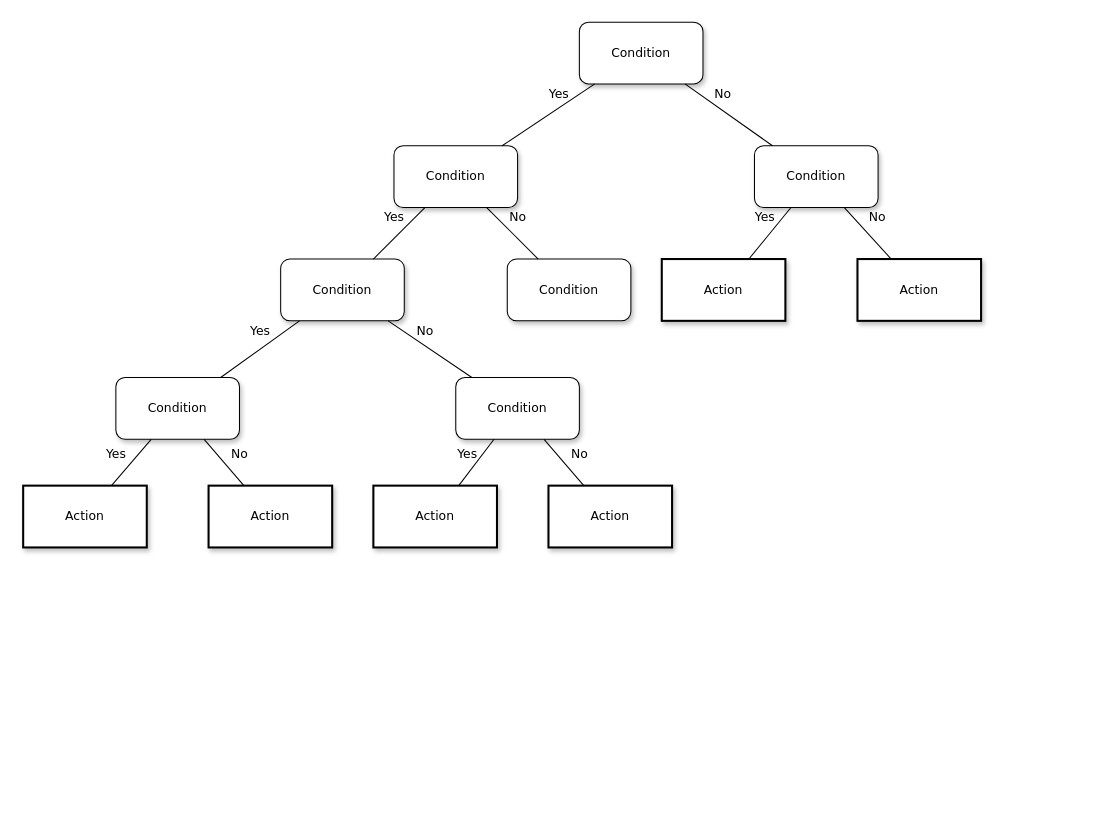
Earlier version of the draw.io diagram algorithm/backtracing.drawio (KevinBrother/draw). Source tidied: cells renumbered, new cells numbered last; positions are measured from the earlier drawing's top-left corner, leaving out a move shared by most shapes. Both pictures are drawn from the tidied source at 103%, with x=0, y=0 at pixel (23, 22).
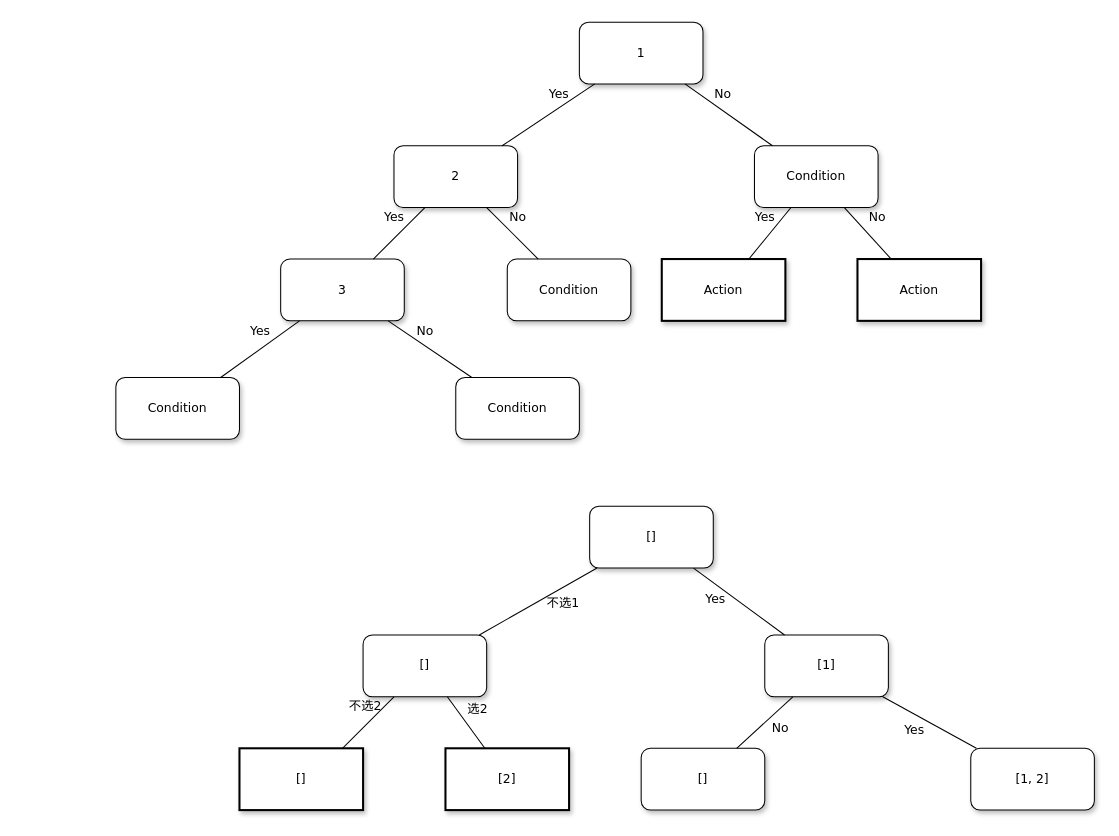
After the change.

Unchanged cells that the change refers to:
```xml
<mxCell id="11" value="&lt;span&gt;Condition&lt;/span&gt;" style="whiteSpace=wrap;html=1;rounded=1;shadow=1;labelBackgroundColor=none;strokeWidth=1;fontFamily=Verdana;fontSize=12;align=center;" parent="1" vertex="1">
  <mxGeometry x="90" y="345" width="120" height="60" as="geometry" />
</mxCell>
<mxCell id="12" value="&lt;span&gt;Condition&lt;/span&gt;" style="whiteSpace=wrap;html=1;rounded=1;shadow=1;labelBackgroundColor=none;strokeWidth=1;fontFamily=Verdana;fontSize=12;align=center;" parent="1" vertex="1">
  <mxGeometry x="420" y="345" width="120" height="60" as="geometry" />
</mxCell>
```

What changed in the source:
```diff
@@
-    <mxCell id="2" value="Condition" style="whiteSpace=wrap;html=1;rounded=1;shadow=1;labelBackgroundColor=none;strokeWidth=1;fontFamily=Verdana;fontSize=12;align=center;" parent="1" vertex="1">
+    <mxCell id="2" value="1" style="whiteSpace=wrap;html=1;rounded=1;shadow=1;labelBackgroundColor=none;strokeWidth=1;fontFamily=Verdana;fontSize=12;align=center;" parent="1" vertex="1">
       <mxGeometry x="540" width="120" height="60" as="geometry" />
     </mxCell>
-    <mxCell id="3" value="&lt;span&gt;Condition&lt;/span&gt;" style="whiteSpace=wrap;html=1;rounded=1;shadow=1;labelBackgroundColor=none;strokeWidth=1;fontFamily=Verdana;fontSize=12;align=center;" parent="1" vertex="1">
+    <mxCell id="3" value="&lt;span&gt;2&lt;/span&gt;" style="whiteSpace=wrap;html=1;rounded=1;shadow=1;labelBackgroundColor=none;strokeWidth=1;fontFamily=Verdana;fontSize=12;align=center;" parent="1" vertex="1">
       <mxGeometry x="360" y="120" width="120" height="60" as="geometry" />
     </mxCell>
@@
-    <mxCell id="7" value="&lt;span&gt;Condition&lt;/span&gt;" style="whiteSpace=wrap;html=1;rounded=1;shadow=1;labelBackgroundColor=none;strokeWidth=1;fontFamily=Verdana;fontSize=12;align=center;" parent="1" vertex="1">
+    <mxCell id="7" value="&lt;span&gt;3&lt;/span&gt;" style="whiteSpace=wrap;html=1;rounded=1;shadow=1;labelBackgroundColor=none;strokeWidth=1;fontFamily=Verdana;fontSize=12;align=center;" parent="1" vertex="1">
       <mxGeometry x="250" y="230" width="120" height="60" as="geometry" />
     </mxCell>
@@
-    <mxCell id="19" value="Action" style="whiteSpace=wrap;html=1;rounded=0;shadow=1;labelBackgroundColor=none;strokeWidth=2;fontFamily=Verdana;fontSize=12;align=center;" parent="1" vertex="1">
-      <mxGeometry y="450" width="120" height="60" as="geometry" />
-    </mxCell>
-    <mxCell id="20" value="&lt;span&gt;Action&lt;/span&gt;" style="whiteSpace=wrap;html=1;rounded=0;shadow=1;labelBackgroundColor=none;strokeWidth=2;fontFamily=Verdana;fontSize=12;align=center;" parent="1" vertex="1">
-      <mxGeometry x="180" y="450" width="120" height="60" as="geometry" />
-    </mxCell>
-    <mxCell id="21" value="&lt;span&gt;Action&lt;/span&gt;" style="whiteSpace=wrap;html=1;rounded=0;shadow=1;labelBackgroundColor=none;strokeWidth=2;fontFamily=Verdana;fontSize=12;align=center;" parent="1" vertex="1">
-      <mxGeometry x="340" y="450" width="120" height="60" as="geometry" />
-    </mxCell>
-    <mxCell id="22" value="&lt;span&gt;Action&lt;/span&gt;" style="whiteSpace=wrap;html=1;rounded=0;shadow=1;labelBackgroundColor=none;strokeWidth=2;fontFamily=Verdana;fontSize=12;align=center;" parent="1" vertex="1">
-      <mxGeometry x="510" y="450" width="120" height="60" as="geometry" />
-    </mxCell>
-    <mxCell id="23" value="Yes" style="rounded=0;html=1;labelBackgroundColor=none;startArrow=none;startFill=0;startSize=5;endArrow=none;endFill=0;endSize=5;jettySize=auto;strokeWidth=1;fontFamily=Verdana;fontSize=12;" parent="1" edge="1" source="11" target="19">
-      <mxGeometry x="0.14" y="-16" relative="1" as="geometry" />
-    </mxCell>
-    <mxCell id="24" value="No" style="rounded=0;html=1;labelBackgroundColor=none;startArrow=none;startFill=0;startSize=5;endArrow=none;endFill=0;endSize=5;jettySize=auto;strokeWidth=1;fontFamily=Verdana;fontSize=12;" parent="1" edge="1" source="11" target="20">
-      <mxGeometry x="0.14" y="16" relative="1" as="geometry" />
-    </mxCell>
-    <mxCell id="25" value="Yes" style="rounded=0;html=1;labelBackgroundColor=none;startArrow=none;startFill=0;startSize=5;endArrow=none;endFill=0;endSize=5;jettySize=auto;strokeWidth=1;fontFamily=Verdana;fontSize=12;" parent="1" edge="1" source="12" target="21">
-      <mxGeometry y="-12" relative="1" as="geometry" />
-    </mxCell>
-    <mxCell id="26" value="No" style="rounded=0;html=1;labelBackgroundColor=none;startArrow=none;startFill=0;startSize=5;endArrow=none;endFill=0;endSize=5;jettySize=auto;strokeWidth=1;fontFamily=Verdana;fontSize=12;" parent="1" edge="1" source="12" target="22">
-      <mxGeometry x="0.14" y="16" relative="1" as="geometry" />
-    </mxCell>
+    <mxCell id="27" value="[]" style="whiteSpace=wrap;html=1;rounded=1;shadow=1;labelBackgroundColor=none;strokeWidth=1;fontFamily=Verdana;fontSize=12;align=center;" parent="1" vertex="1">
+      <mxGeometry x="550" y="470" width="120" height="60" as="geometry" />
+    </mxCell>
+    <mxCell id="28" value="&lt;span&gt;[1]&lt;/span&gt;" style="whiteSpace=wrap;html=1;rounded=1;shadow=1;labelBackgroundColor=none;strokeWidth=1;fontFamily=Verdana;fontSize=12;align=center;" parent="1" vertex="1">
+      <mxGeometry x="720" y="595" width="120" height="60" as="geometry" />
+    </mxCell>
+    <mxCell id="29" value="[]" style="whiteSpace=wrap;html=1;rounded=1;shadow=1;labelBackgroundColor=none;strokeWidth=1;fontFamily=Verdana;fontSize=12;align=center;" parent="1" vertex="1">
+      <mxGeometry x="330" y="595" width="120" height="60" as="geometry" />
+    </mxCell>
+    <mxCell id="30" value="不选1" style="rounded=0;html=1;labelBackgroundColor=none;startArrow=none;startFill=0;startSize=5;endArrow=none;endFill=0;endSize=5;jettySize=auto;strokeWidth=1;fontFamily=Verdana;fontSize=12;" parent="1" edge="1" source="27" target="29">
+      <mxGeometry x="-0.3" y="13" relative="1" as="geometry" />
+    </mxCell>
+    <mxCell id="31" value="Yes" style="rounded=0;html=1;labelBackgroundColor=none;startArrow=none;startFill=0;startSize=5;endArrow=none;endFill=0;endSize=5;jettySize=auto;strokeWidth=1;fontFamily=Verdana;fontSize=12;" parent="1" edge="1" source="27" target="28">
+      <mxGeometry x="-0.36" y="-11" relative="1" as="geometry" />
+    </mxCell>
+    <mxCell id="32" value="[1, 2]" style="whiteSpace=wrap;html=1;rounded=1;shadow=1;labelBackgroundColor=none;strokeWidth=1;fontFamily=Verdana;fontSize=12;align=center;" parent="1" vertex="1">
+      <mxGeometry x="920" y="705" width="120" height="60" as="geometry" />
+    </mxCell>
+    <mxCell id="33" value="[]" style="whiteSpace=wrap;html=1;rounded=1;shadow=1;labelBackgroundColor=none;strokeWidth=1;fontFamily=Verdana;fontSize=12;align=center;" parent="1" vertex="1">
+      <mxGeometry x="600" y="705" width="120" height="60" as="geometry" />
+    </mxCell>
+    <mxCell id="34" value="[2]" style="whiteSpace=wrap;html=1;rounded=0;shadow=1;labelBackgroundColor=none;strokeWidth=2;fontFamily=Verdana;fontSize=12;align=center;" parent="1" vertex="1">
+      <mxGeometry x="410" y="705" width="120" height="60" as="geometry" />
+    </mxCell>
+    <mxCell id="35" value="[]" style="whiteSpace=wrap;html=1;rounded=0;shadow=1;labelBackgroundColor=none;strokeWidth=2;fontFamily=Verdana;fontSize=12;align=center;" parent="1" vertex="1">
+      <mxGeometry x="210" y="705" width="120" height="60" as="geometry" />
+    </mxCell>
+    <mxCell id="36" value="Yes" style="rounded=0;html=1;labelBackgroundColor=none;startArrow=none;startFill=0;startSize=5;endArrow=none;endFill=0;endSize=5;jettySize=auto;strokeWidth=1;fontFamily=Verdana;fontSize=12;" parent="1" edge="1" source="28" target="32">
+      <mxGeometry x="-0.2" y="-14" relative="1" as="geometry" />
+    </mxCell>
+    <mxCell id="37" value="No" style="rounded=0;html=1;labelBackgroundColor=none;startArrow=none;startFill=0;startSize=5;endArrow=none;endFill=0;endSize=5;jettySize=auto;strokeWidth=1;fontFamily=Verdana;fontSize=12;" parent="1" edge="1" source="28" target="33">
+      <mxGeometry x="-0.2" y="14" relative="1" as="geometry" />
+    </mxCell>
+    <mxCell id="38" value="不选2" style="rounded=0;html=1;labelBackgroundColor=none;startArrow=none;startFill=0;startSize=5;endArrow=none;endFill=0;endSize=5;jettySize=auto;strokeWidth=1;fontFamily=Verdana;fontSize=12;" parent="1" edge="1" source="29">
+      <mxGeometry x="-0.26" y="-13" relative="1" as="geometry">
+        <mxPoint x="310" y="705" as="targetPoint" />
+      </mxGeometry>
+    </mxCell>
+    <mxCell id="39" value="选2" style="rounded=0;html=1;labelBackgroundColor=none;startArrow=none;startFill=0;startSize=5;endArrow=none;endFill=0;endSize=5;jettySize=auto;strokeWidth=1;fontFamily=Verdana;fontSize=12;" parent="1" edge="1" source="29">
+      <mxGeometry x="-0.13" y="17" relative="1" as="geometry">
+        <mxPoint x="448.2" y="705" as="targetPoint" />
+      </mxGeometry>
+    </mxCell>
```
